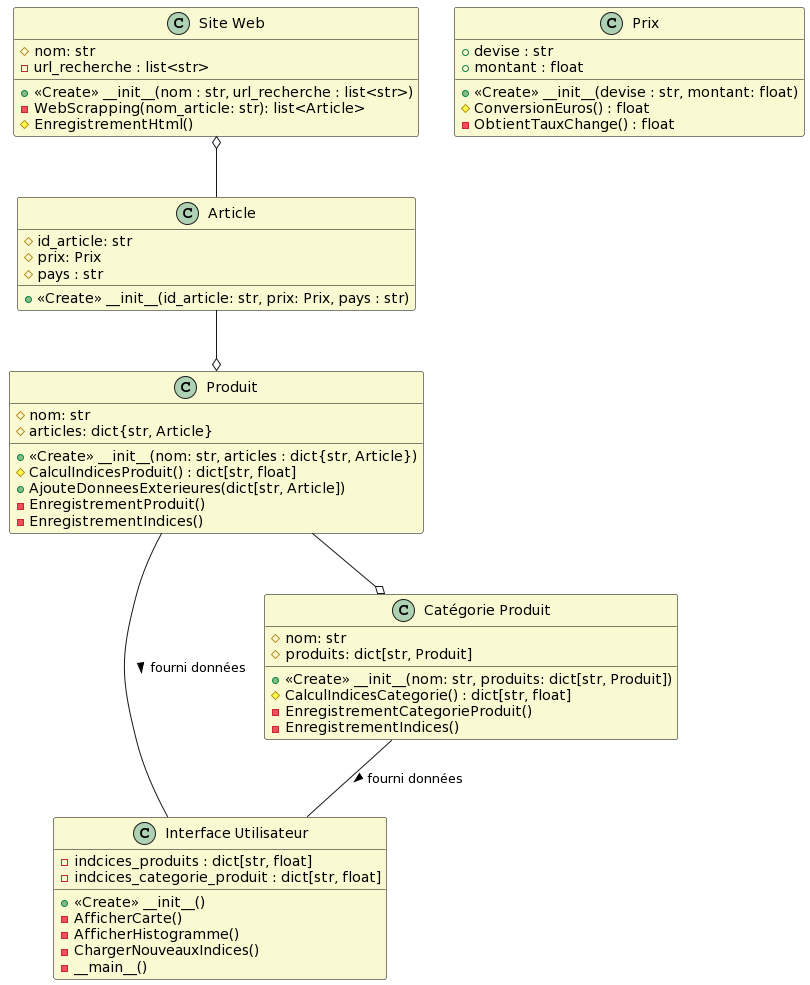
Before: diagrammes/uml.png, a diagram exported from PlantUML (Sjats/ProjetTraitementdeDonnees2024).
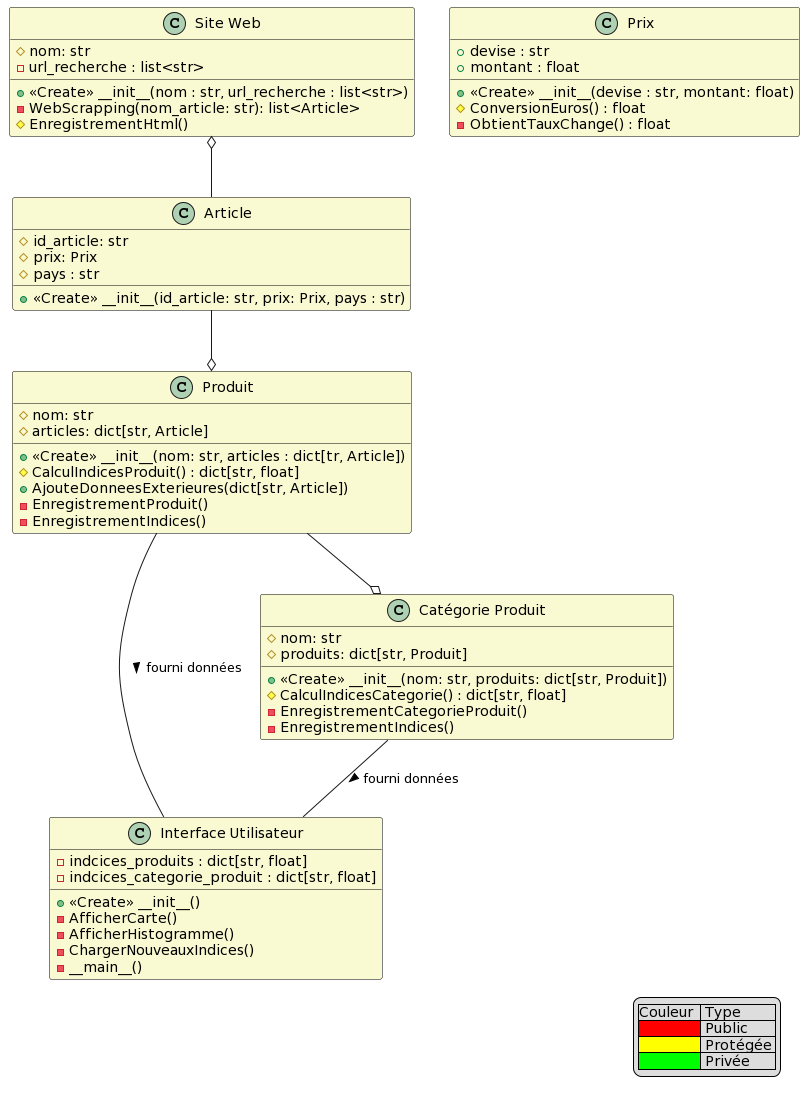
The same file after the commit.

Change to the diagram source:
```diff
@@ -1,4 +1,11 @@
 @startuml
+legend right
+    |Couleur  | Type     |
+    |<#FF0000>| Public   |
+    |<#FFFF00>| Protégée |
+    |<#00FF00>| Privée   |
+endlegend
+
 skinparam class {
     BackgroundColor LightGoldenRodYellow
     BorderColor black
@@ -33,8 +40,8 @@
 
 class Produit {
     # nom: str
-    # articles: dict{str, Article}
-    + <<Create>> __init__(nom: str, articles : dict{str, Article})
+    # articles: dict[str, Article]
+    + <<Create>> __init__(nom: str, articles : dict[tr, Article])
     # CalculIndicesProduit() : dict[str, float]
     + AjouteDonneesExterieures(dict[str, Article])
     - EnregistrementProduit()
```
